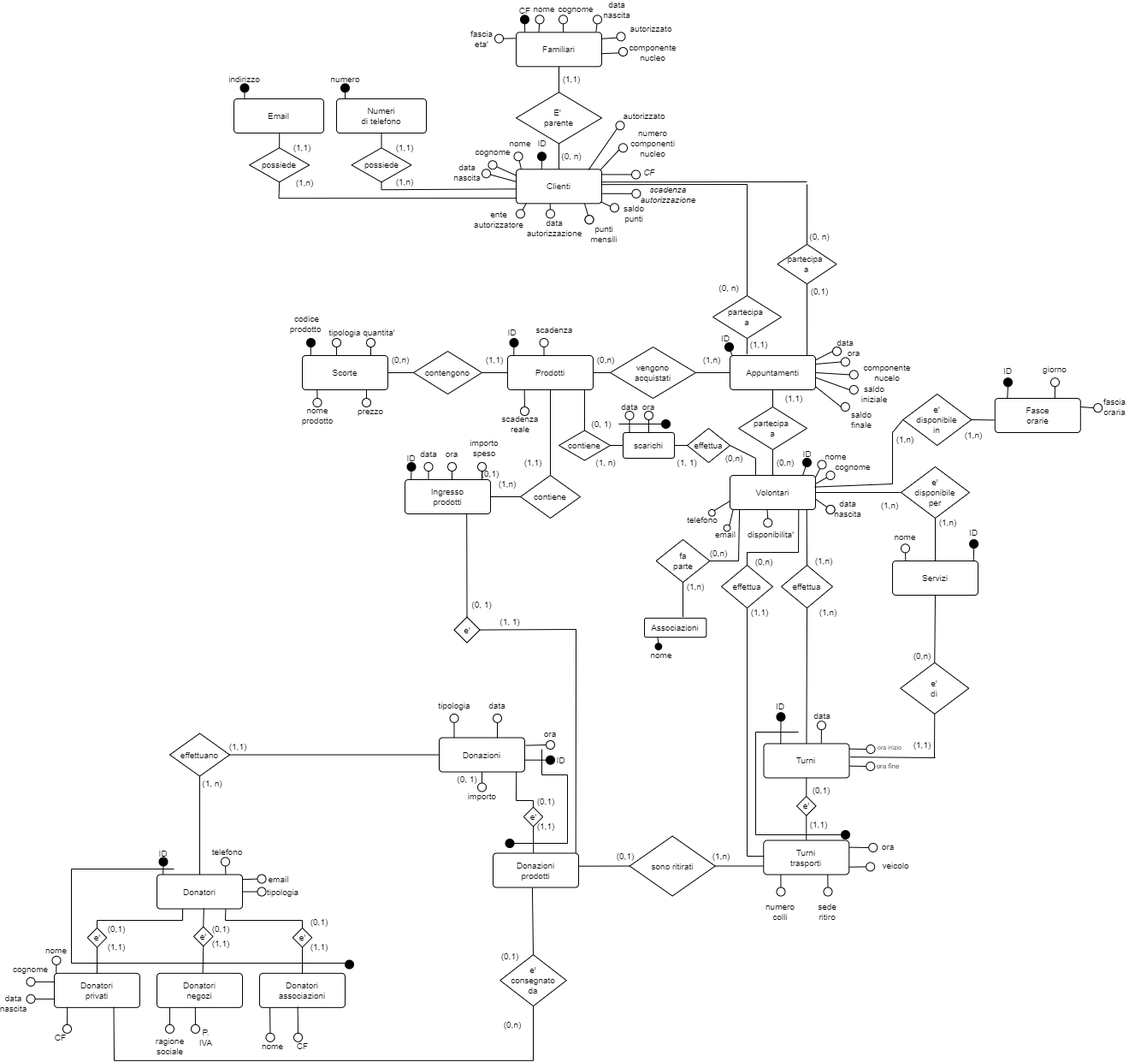
Before: parte_1/deliverable/media/social_market_v2_ristrutturato.drawio.png, a diagram exported from draw.io (ChristianParodi/progetto-BDD). Source tidied: cells renumbered, new cells last; positions are measured from the earlier drawing's top-left corner, leaving out a move shared by most shapes.
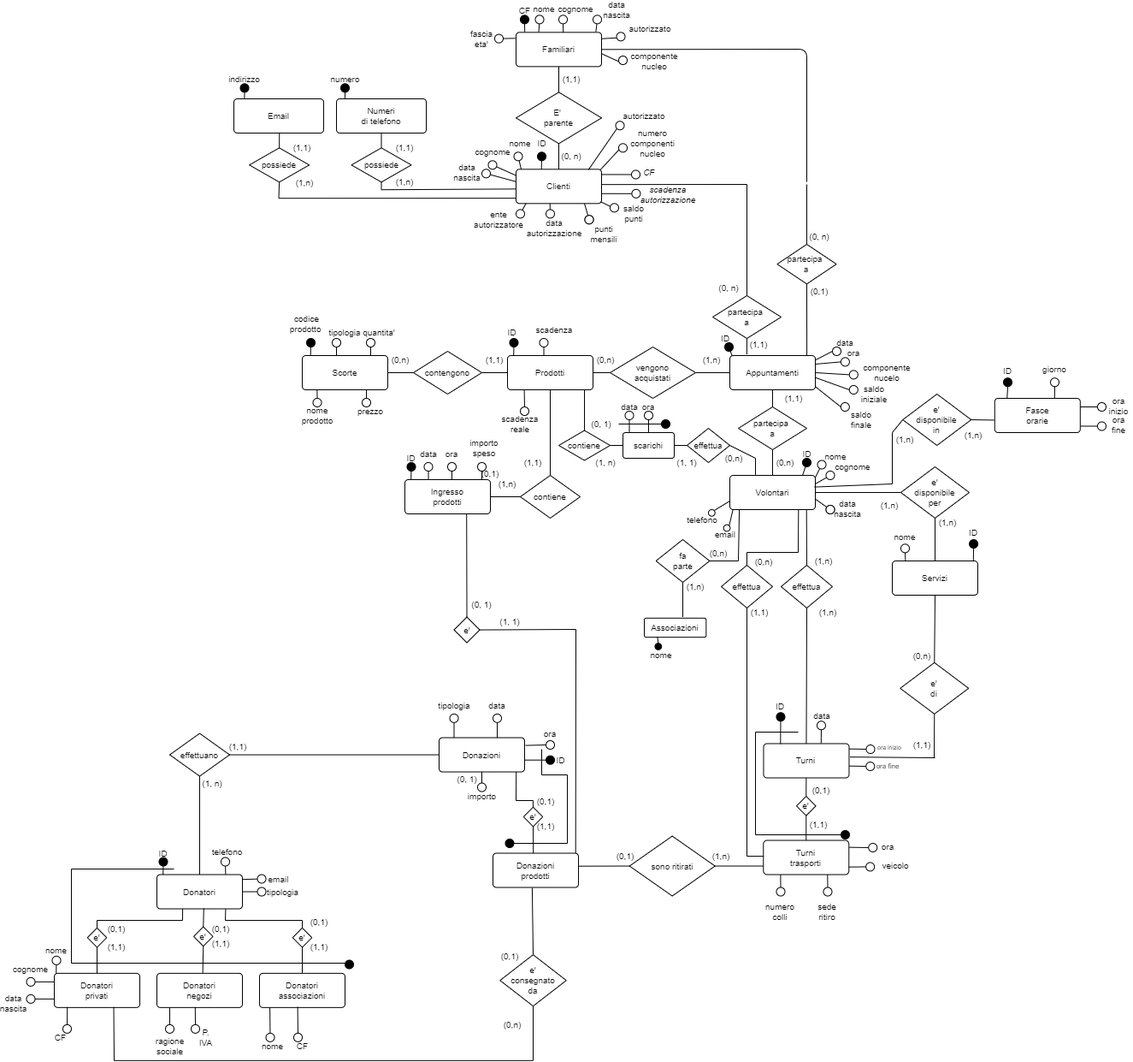
After the change.

Change to the diagram source:
```diff
@@ -830,10 +830,10 @@
       <mxGeometry relative="1" as="geometry" />
     </mxCell>
     <mxCell id="258" style="ellipse;whiteSpace=wrap;html=1;fontSize=10;" parent="1" vertex="1">
-      <mxGeometry x="720" y="50" width="10" height="10" as="geometry" />
+      <mxGeometry x="720" y="60" width="10" height="10" as="geometry" />
     </mxCell>
     <mxCell id="259" value="componente&lt;br style=&quot;font-size: 10px;&quot;&gt;nucleo" style="text;html=1;strokeColor=none;fillColor=none;align=center;verticalAlign=middle;whiteSpace=wrap;rounded=0;fontSize=10;" parent="1" vertex="1">
-      <mxGeometry x="745" y="50" width="30" height="12.3" as="geometry" />
+      <mxGeometry x="747.5" y="60" width="30" height="12.3" as="geometry" />
     </mxCell>
     <mxCell id="260" value="Donazioni&lt;br style=&quot;font-size: 10px;&quot;&gt;prodotti" style="rounded=1;arcSize=10;whiteSpace=wrap;html=1;align=center;fontSize=10;" parent="1" vertex="1">
       <mxGeometry x="573" y="991.5" width="100" height="40" as="geometry" />
@@ -1338,15 +1338,6 @@
     <mxCell id="390" style="ellipse;whiteSpace=wrap;html=1;fillColor=#000000;fontSize=10;" parent="1" vertex="1">
       <mxGeometry x="980" y="965" width="10" height="10" as="geometry" />
     </mxCell>
-    <mxCell id="391" style="ellipse;whiteSpace=wrap;html=1;fontSize=10;" parent="1" vertex="1">
-      <mxGeometry x="889.3" y="600.5" width="10" height="10" as="geometry" />
-    </mxCell>
-    <mxCell id="392" style="endArrow=none;html=1;rounded=0;exitX=0.435;exitY=1.016;exitDx=0;exitDy=0;exitPerimeter=0;entryX=0.5;entryY=0;entryDx=0;entryDy=0;fontSize=10;" parent="1" edge="1" source="14" target="391">
-      <mxGeometry relative="1" as="geometry" />
-    </mxCell>
-    <mxCell id="393" value="disponibilita'" style="text;html=1;strokeColor=none;fillColor=none;align=center;verticalAlign=middle;whiteSpace=wrap;rounded=0;fontSize=10;" parent="1" vertex="1">
-      <mxGeometry x="882.7" y="612.7" width="30" height="12.3" as="geometry" />
-    </mxCell>
     <mxCell id="394" style="ellipse;whiteSpace=wrap;html=1;labelBackgroundColor=none;fillColor=#000000;fontSize=10;" parent="1" vertex="1">
       <mxGeometry x="587.5" y="975" width="10" height="10" as="geometry" />
     </mxCell>
@@ -1420,10 +1411,10 @@
       <mxGeometry x="1215" y="420" width="30" height="12.3" as="geometry" />
     </mxCell>
     <mxCell id="416" style="ellipse;whiteSpace=wrap;html=1;fontSize=10;" parent="1" vertex="1">
-      <mxGeometry x="1275.2" y="466.2" width="10" height="10" as="geometry" />
+      <mxGeometry x="1280" y="465" width="10" height="10" as="geometry" />
     </mxCell>
-    <mxCell id="417" value="fascia&lt;br&gt;oraria" style="text;html=1;strokeColor=none;fillColor=none;align=center;verticalAlign=middle;whiteSpace=wrap;rounded=0;fontSize=10;" parent="1" vertex="1">
-      <mxGeometry x="1285.2" y="463.8" width="30" height="12.3" as="geometry" />
+    <mxCell id="417" value="ora&lt;br&gt;inizio" style="text;html=1;strokeColor=none;fillColor=none;align=center;verticalAlign=middle;whiteSpace=wrap;rounded=0;fontSize=10;" parent="1" vertex="1">
+      <mxGeometry x="1290" y="462.7" width="30" height="12.3" as="geometry" />
     </mxCell>
     <mxCell id="418" style="endArrow=none;html=1;entryX=0;entryY=0.5;entryDx=0;entryDy=0;exitX=1;exitY=0.25;exitDx=0;exitDy=0;" parent="1" edge="1" source="409" target="416">
       <mxGeometry relative="1" as="geometry" />
@@ -1459,9 +1450,12 @@
     <mxCell id="426" value="partecipa&amp;nbsp;&lt;br style=&quot;font-size: 10px;&quot;&gt;a" style="shape=rhombus;perimeter=rhombusPerimeter;whiteSpace=wrap;html=1;align=center;fontSize=10;" parent="1" vertex="1">
       <mxGeometry x="905.4" y="280" width="69.3" height="46.3" as="geometry" />
     </mxCell>
-    <mxCell id="427" style="endArrow=none;html=1;exitX=1.003;exitY=0.373;exitDx=0;exitDy=0;exitPerimeter=0;" parent="1" edge="1" source="2">
+    <mxCell id="427" style="endArrow=none;html=1;exitX=1;exitY=0.5;exitDx=0;exitDy=0;" parent="1" edge="1" source="3">
       <mxGeometry relative="1" as="geometry">
         <mxPoint x="940" y="207" as="targetPoint" />
+        <Array as="points">
+          <mxPoint x="940" y="52" />
+        </Array>
       </mxGeometry>
     </mxCell>
     <mxCell id="428" style="endArrow=none;html=1;exitX=0.5;exitY=0;exitDx=0;exitDy=0;" parent="1" edge="1" source="426">
@@ -1478,5 +1472,16 @@
     <mxCell id="431" value="(0,1)" style="text;html=1;strokeColor=none;fillColor=none;align=center;verticalAlign=middle;whiteSpace=wrap;rounded=0;fontSize=10;" parent="1" vertex="1">
       <mxGeometry x="940" y="330" width="30" height="10" as="geometry" />
     </mxCell>
+    <mxCell id="432" style="ellipse;whiteSpace=wrap;html=1;fontSize=10;" parent="1" vertex="1">
+      <mxGeometry x="1280" y="487.5" width="10" height="10" as="geometry" />
+    </mxCell>
+    <mxCell id="433" value="ora&lt;br&gt;fine" style="text;html=1;strokeColor=none;fillColor=none;align=center;verticalAlign=middle;whiteSpace=wrap;rounded=0;fontSize=10;" parent="1" vertex="1">
+      <mxGeometry x="1290" y="485.2" width="30" height="12.3" as="geometry" />
+    </mxCell>
+    <mxCell id="434" style="endArrow=none;html=1;entryX=0;entryY=0.5;entryDx=0;entryDy=0;exitX=1;exitY=0.25;exitDx=0;exitDy=0;" parent="1" edge="1" target="432">
+      <mxGeometry relative="1" as="geometry">
+        <mxPoint x="1259.8" y="492.5" as="sourcePoint" />
+      </mxGeometry>
+    </mxCell>
   </root>
 </mxGraphModel>
```
